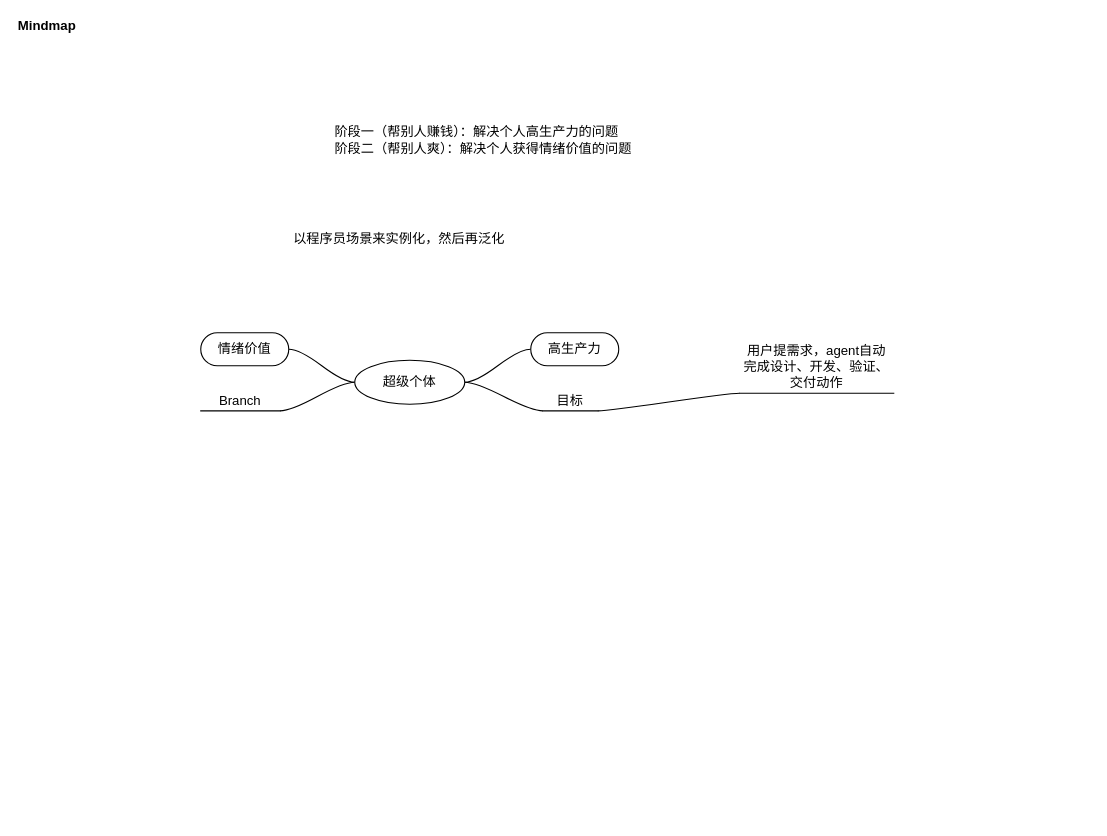
Above: 超级个体.drawio in coo-2022/awsome-ai-infra (draw.io), before the change. Source tidied: cells renumbered, new cells numbered last; positions are measured from the earlier drawing's top-left corner, leaving out a move shared by most shapes. Both pictures are drawn from the tidied source at 110%, with x=0, y=0 at pixel (46, 24).
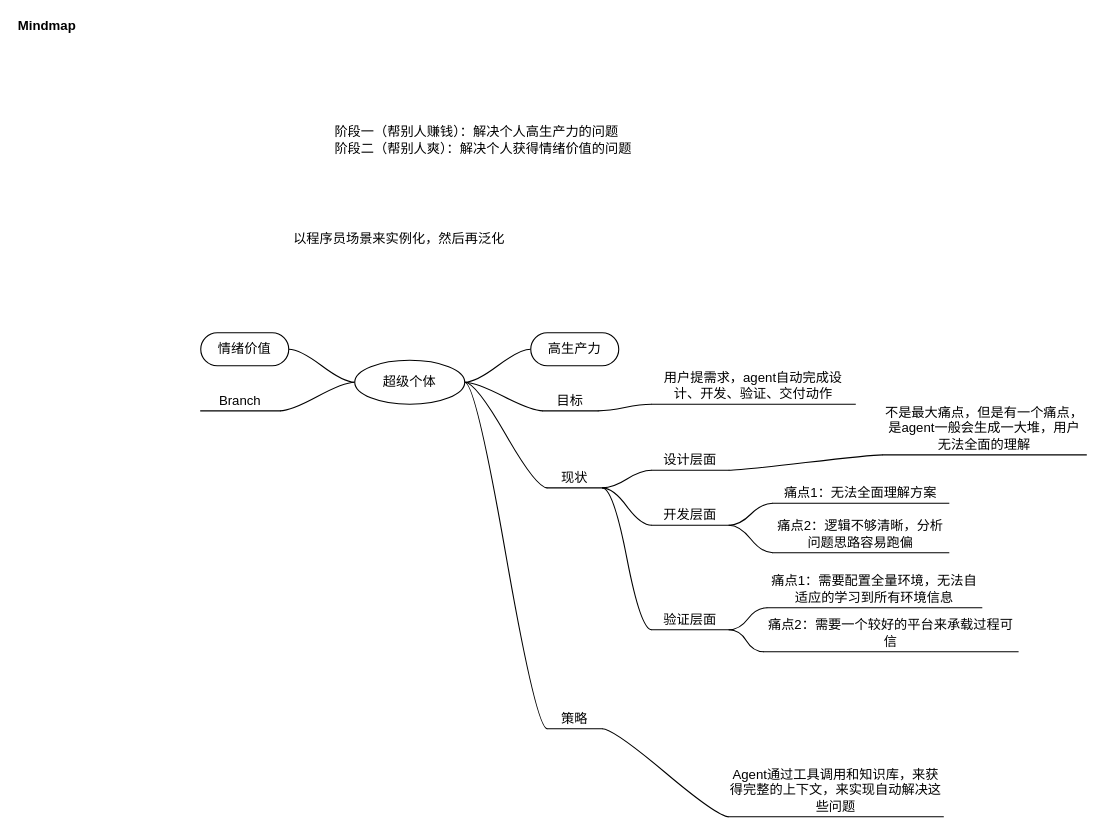
The same diagram, later.

Unchanged cells that the change refers to:
```xml
<mxCell id="2" value="Mindmap" style="swimlane;startSize=20;horizontal=1;containerType=tree;transparentBounds=1;groupPadding=20;" parent="1" vertex="1">
  <mxGeometry as="geometry" />
</mxCell>
<mxCell id="7" value="超级个体" style="ellipse;whiteSpace=wrap;html=1;align=center;newEdgeStyle={&quot;edgeStyle&quot;:&quot;entityRelationEdgeStyle&quot;,&quot;startArrow&quot;:&quot;none&quot;,&quot;endArrow&quot;:&quot;none&quot;,&quot;segment&quot;:10,&quot;curved&quot;:1,&quot;sourcePerimeterSpacing&quot;:0,&quot;targetPerimeterSpacing&quot;:0};" parent="2" vertex="1">
  <mxGeometry x="280" y="305" width="100" height="40" as="geometry" />
</mxCell>
```

What changed in the source:
```diff
@@
     <mxCell id="13" value="用户提需求，agent自动完成设计、开发、验证、交付动作" style="whiteSpace=wrap;html=1;shape=partialRectangle;top=0;left=0;bottom=1;right=0;points=[[0,1],[1,1]];fillColor=none;align=center;verticalAlign=bottom;routingCenterY=0.5;snapToPoint=1;newEdgeStyle={&quot;edgeStyle&quot;:&quot;entityRelationEdgeStyle&quot;,&quot;startArrow&quot;:&quot;none&quot;,&quot;endArrow&quot;:&quot;none&quot;,&quot;segment&quot;:10,&quot;curved&quot;:1,&quot;sourcePerimeterSpacing&quot;:0,&quot;targetPerimeterSpacing&quot;:0};" parent="2" vertex="1">
-      <mxGeometry x="630" y="280" width="140" height="55" as="geometry" />
+      <mxGeometry x="550" y="290" width="185" height="55" as="geometry" />
     </mxCell>
+    <mxCell id="16" style="edgeStyle=entityRelationEdgeStyle;startArrow=none;endArrow=none;segment=10;curved=1;sourcePerimeterSpacing=0;targetPerimeterSpacing=0;rounded=0;" parent="2" edge="1" source="7" target="17">
+      <mxGeometry relative="1" as="geometry" />
+    </mxCell>
+    <mxCell id="17" value="策略" style="whiteSpace=wrap;html=1;shape=partialRectangle;top=0;left=0;bottom=1;right=0;points=[[0,1],[1,1]];fillColor=none;align=center;verticalAlign=bottom;routingCenterY=0.5;snapToPoint=1;newEdgeStyle={&quot;edgeStyle&quot;:&quot;entityRelationEdgeStyle&quot;,&quot;startArrow&quot;:&quot;none&quot;,&quot;endArrow&quot;:&quot;none&quot;,&quot;segment&quot;:10,&quot;curved&quot;:1,&quot;sourcePerimeterSpacing&quot;:0,&quot;targetPerimeterSpacing&quot;:0};" parent="2" vertex="1">
+      <mxGeometry x="455" y="610" width="50" height="30" as="geometry" />
+    </mxCell>
+    <mxCell id="18" style="edgeStyle=entityRelationEdgeStyle;startArrow=none;endArrow=none;segment=10;curved=1;sourcePerimeterSpacing=0;targetPerimeterSpacing=0;rounded=0;" parent="2" edge="1" source="7" target="19">
+      <mxGeometry relative="1" as="geometry" />
+    </mxCell>
+    <mxCell id="19" value="现状" style="whiteSpace=wrap;html=1;shape=partialRectangle;top=0;left=0;bottom=1;right=0;points=[[0,1],[1,1]];fillColor=none;align=center;verticalAlign=bottom;routingCenterY=0.5;snapToPoint=1;newEdgeStyle={&quot;edgeStyle&quot;:&quot;entityRelationEdgeStyle&quot;,&quot;startArrow&quot;:&quot;none&quot;,&quot;endArrow&quot;:&quot;none&quot;,&quot;segment&quot;:10,&quot;curved&quot;:1,&quot;sourcePerimeterSpacing&quot;:0,&quot;targetPerimeterSpacing&quot;:0};" parent="2" vertex="1">
+      <mxGeometry x="455" y="391" width="50" height="30" as="geometry" />
+    </mxCell>
+    <mxCell id="20" style="edgeStyle=entityRelationEdgeStyle;startArrow=none;endArrow=none;segment=10;curved=1;sourcePerimeterSpacing=0;targetPerimeterSpacing=0;rounded=0;" parent="2" edge="1" source="17" target="21">
+      <mxGeometry relative="1" as="geometry" />
+    </mxCell>
+    <mxCell id="21" value="Agent通过工具调用和知识库，来获得完整的上下文，来实现自动解决这些问题" style="whiteSpace=wrap;html=1;shape=partialRectangle;top=0;left=0;bottom=1;right=0;points=[[0,1],[1,1]];fillColor=none;align=center;verticalAlign=bottom;routingCenterY=0.5;snapToPoint=1;newEdgeStyle={&quot;edgeStyle&quot;:&quot;entityRelationEdgeStyle&quot;,&quot;startArrow&quot;:&quot;none&quot;,&quot;endArrow&quot;:&quot;none&quot;,&quot;segment&quot;:10,&quot;curved&quot;:1,&quot;sourcePerimeterSpacing&quot;:0,&quot;targetPerimeterSpacing&quot;:0};" parent="2" vertex="1">
+      <mxGeometry x="620" y="690" width="195" height="30" as="geometry" />
+    </mxCell>
+    <mxCell id="22" style="edgeStyle=entityRelationEdgeStyle;startArrow=none;endArrow=none;segment=10;curved=1;sourcePerimeterSpacing=0;targetPerimeterSpacing=0;rounded=0;" parent="2" edge="1" source="19" target="23">
+      <mxGeometry relative="1" as="geometry" />
+    </mxCell>
+    <mxCell id="23" value="设计层面" style="whiteSpace=wrap;html=1;shape=partialRectangle;top=0;left=0;bottom=1;right=0;points=[[0,1],[1,1]];fillColor=none;align=center;verticalAlign=bottom;routingCenterY=0.5;snapToPoint=1;newEdgeStyle={&quot;edgeStyle&quot;:&quot;entityRelationEdgeStyle&quot;,&quot;startArrow&quot;:&quot;none&quot;,&quot;endArrow&quot;:&quot;none&quot;,&quot;segment&quot;:10,&quot;curved&quot;:1,&quot;sourcePerimeterSpacing&quot;:0,&quot;targetPerimeterSpacing&quot;:0};" parent="2" vertex="1">
+      <mxGeometry x="550" y="375" width="70" height="30" as="geometry" />
+    </mxCell>
+    <mxCell id="24" style="edgeStyle=entityRelationEdgeStyle;startArrow=none;endArrow=none;segment=10;curved=1;sourcePerimeterSpacing=0;targetPerimeterSpacing=0;rounded=0;" parent="2" edge="1" source="23" target="25">
+      <mxGeometry relative="1" as="geometry" />
+    </mxCell>
+    <mxCell id="25" value="不是最大痛点，但是有一个痛点，是agent一般会生成一大堆，用户无法全面的理解" style="whiteSpace=wrap;html=1;shape=partialRectangle;top=0;left=0;bottom=1;right=0;points=[[0,1],[1,1]];fillColor=none;align=center;verticalAlign=bottom;routingCenterY=0.5;snapToPoint=1;newEdgeStyle={&quot;edgeStyle&quot;:&quot;entityRelationEdgeStyle&quot;,&quot;startArrow&quot;:&quot;none&quot;,&quot;endArrow&quot;:&quot;none&quot;,&quot;segment&quot;:10,&quot;curved&quot;:1,&quot;sourcePerimeterSpacing&quot;:0,&quot;targetPerimeterSpacing&quot;:0};" parent="2" vertex="1">
+      <mxGeometry x="760" y="361" width="185" height="30" as="geometry" />
+    </mxCell>
+    <mxCell id="26" style="edgeStyle=entityRelationEdgeStyle;startArrow=none;endArrow=none;segment=10;curved=1;sourcePerimeterSpacing=0;targetPerimeterSpacing=0;rounded=0;" parent="2" edge="1" source="19" target="27">
+      <mxGeometry relative="1" as="geometry" />
+    </mxCell>
+    <mxCell id="27" value="开发层面" style="whiteSpace=wrap;html=1;shape=partialRectangle;top=0;left=0;bottom=1;right=0;points=[[0,1],[1,1]];fillColor=none;align=center;verticalAlign=bottom;routingCenterY=0.5;snapToPoint=1;newEdgeStyle={&quot;edgeStyle&quot;:&quot;entityRelationEdgeStyle&quot;,&quot;startArrow&quot;:&quot;none&quot;,&quot;endArrow&quot;:&quot;none&quot;,&quot;segment&quot;:10,&quot;curved&quot;:1,&quot;sourcePerimeterSpacing&quot;:0,&quot;targetPerimeterSpacing&quot;:0};" parent="2" vertex="1">
+      <mxGeometry x="550" y="425" width="70" height="30" as="geometry" />
+    </mxCell>
+    <mxCell id="28" style="edgeStyle=entityRelationEdgeStyle;startArrow=none;endArrow=none;segment=10;curved=1;sourcePerimeterSpacing=0;targetPerimeterSpacing=0;rounded=0;" parent="2" edge="1" source="27" target="29">
+      <mxGeometry relative="1" as="geometry" />
+    </mxCell>
+    <mxCell id="29" value="痛点1：无法全面理解方案" style="whiteSpace=wrap;html=1;shape=partialRectangle;top=0;left=0;bottom=1;right=0;points=[[0,1],[1,1]];fillColor=none;align=center;verticalAlign=bottom;routingCenterY=0.5;snapToPoint=1;newEdgeStyle={&quot;edgeStyle&quot;:&quot;entityRelationEdgeStyle&quot;,&quot;startArrow&quot;:&quot;none&quot;,&quot;endArrow&quot;:&quot;none&quot;,&quot;segment&quot;:10,&quot;curved&quot;:1,&quot;sourcePerimeterSpacing&quot;:0,&quot;targetPerimeterSpacing&quot;:0};" parent="2" vertex="1">
+      <mxGeometry x="660" y="405" width="160" height="30" as="geometry" />
+    </mxCell>
+    <mxCell id="30" style="edgeStyle=entityRelationEdgeStyle;startArrow=none;endArrow=none;segment=10;curved=1;sourcePerimeterSpacing=0;targetPerimeterSpacing=0;rounded=0;" parent="2" edge="1" source="27" target="31">
+      <mxGeometry relative="1" as="geometry" />
+    </mxCell>
+    <mxCell id="31" value="痛点2：逻辑不够清晰，分析问题思路容易跑偏" style="whiteSpace=wrap;html=1;shape=partialRectangle;top=0;left=0;bottom=1;right=0;points=[[0,1],[1,1]];fillColor=none;align=center;verticalAlign=bottom;routingCenterY=0.5;snapToPoint=1;newEdgeStyle={&quot;edgeStyle&quot;:&quot;entityRelationEdgeStyle&quot;,&quot;startArrow&quot;:&quot;none&quot;,&quot;endArrow&quot;:&quot;none&quot;,&quot;segment&quot;:10,&quot;curved&quot;:1,&quot;sourcePerimeterSpacing&quot;:0,&quot;targetPerimeterSpacing&quot;:0};" parent="2" vertex="1">
+      <mxGeometry x="660" y="450" width="160" height="30" as="geometry" />
+    </mxCell>
+    <mxCell id="32" style="edgeStyle=entityRelationEdgeStyle;startArrow=none;endArrow=none;segment=10;curved=1;sourcePerimeterSpacing=0;targetPerimeterSpacing=0;rounded=0;" parent="2" edge="1" source="19" target="33">
+      <mxGeometry relative="1" as="geometry" />
+    </mxCell>
+    <mxCell id="33" value="验证层面" style="whiteSpace=wrap;html=1;shape=partialRectangle;top=0;left=0;bottom=1;right=0;points=[[0,1],[1,1]];fillColor=none;align=center;verticalAlign=bottom;routingCenterY=0.5;snapToPoint=1;newEdgeStyle={&quot;edgeStyle&quot;:&quot;entityRelationEdgeStyle&quot;,&quot;startArrow&quot;:&quot;none&quot;,&quot;endArrow&quot;:&quot;none&quot;,&quot;segment&quot;:10,&quot;curved&quot;:1,&quot;sourcePerimeterSpacing&quot;:0,&quot;targetPerimeterSpacing&quot;:0};" parent="2" vertex="1">
+      <mxGeometry x="550" y="520" width="70" height="30" as="geometry" />
+    </mxCell>
+    <mxCell id="34" style="edgeStyle=entityRelationEdgeStyle;startArrow=none;endArrow=none;segment=10;curved=1;sourcePerimeterSpacing=0;targetPerimeterSpacing=0;rounded=0;" parent="2" edge="1" source="33" target="35">
+      <mxGeometry relative="1" as="geometry" />
+    </mxCell>
+    <mxCell id="35" value="痛点1：需要配置全量环境，无法自适应的学习到所有环境信息" style="whiteSpace=wrap;html=1;shape=partialRectangle;top=0;left=0;bottom=1;right=0;points=[[0,1],[1,1]];fillColor=none;align=center;verticalAlign=bottom;routingCenterY=0.5;snapToPoint=1;newEdgeStyle={&quot;edgeStyle&quot;:&quot;entityRelationEdgeStyle&quot;,&quot;startArrow&quot;:&quot;none&quot;,&quot;endArrow&quot;:&quot;none&quot;,&quot;segment&quot;:10,&quot;curved&quot;:1,&quot;sourcePerimeterSpacing&quot;:0,&quot;targetPerimeterSpacing&quot;:0};" parent="2" vertex="1">
+      <mxGeometry x="655" y="500" width="195" height="30" as="geometry" />
+    </mxCell>
+    <mxCell id="36" style="edgeStyle=entityRelationEdgeStyle;startArrow=none;endArrow=none;segment=10;curved=1;sourcePerimeterSpacing=0;targetPerimeterSpacing=0;rounded=0;" parent="2" edge="1" source="33" target="37">
+      <mxGeometry relative="1" as="geometry" />
+    </mxCell>
+    <mxCell id="37" value="痛点2：需要一个较好的平台来承载过程可信" style="whiteSpace=wrap;html=1;shape=partialRectangle;top=0;left=0;bottom=1;right=0;points=[[0,1],[1,1]];fillColor=none;align=center;verticalAlign=bottom;routingCenterY=0.5;snapToPoint=1;newEdgeStyle={&quot;edgeStyle&quot;:&quot;entityRelationEdgeStyle&quot;,&quot;startArrow&quot;:&quot;none&quot;,&quot;endArrow&quot;:&quot;none&quot;,&quot;segment&quot;:10,&quot;curved&quot;:1,&quot;sourcePerimeterSpacing&quot;:0,&quot;targetPerimeterSpacing&quot;:0};" parent="2" vertex="1">
+      <mxGeometry x="652" y="540" width="231" height="30" as="geometry" />
+    </mxCell>
```
